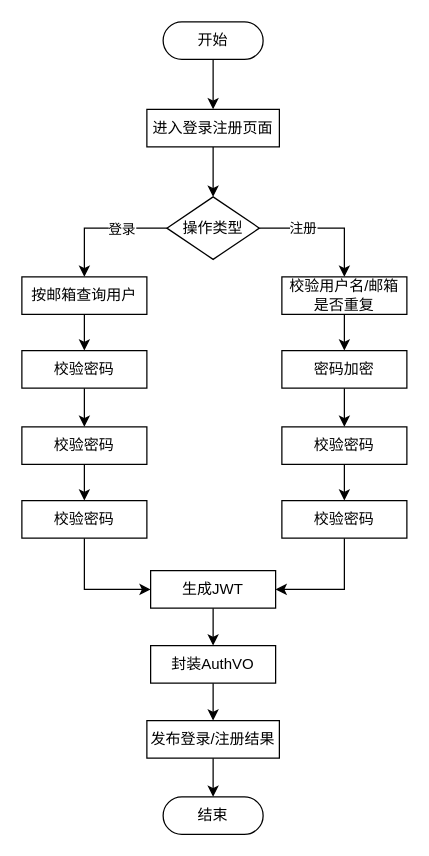
Earlier version of the draw.io diagram page "用户登录注册流程图" (7 of 10) of 题库E-R.drawio (ChenLiheng/question-project). Source tidied: cells renumbered, new cells numbered last; positions are measured from the earlier drawing's top-left corner, leaving out a move shared by most shapes. Both pictures are drawn from the tidied source at 125%, with x=0, y=0 at pixel (21, 21).
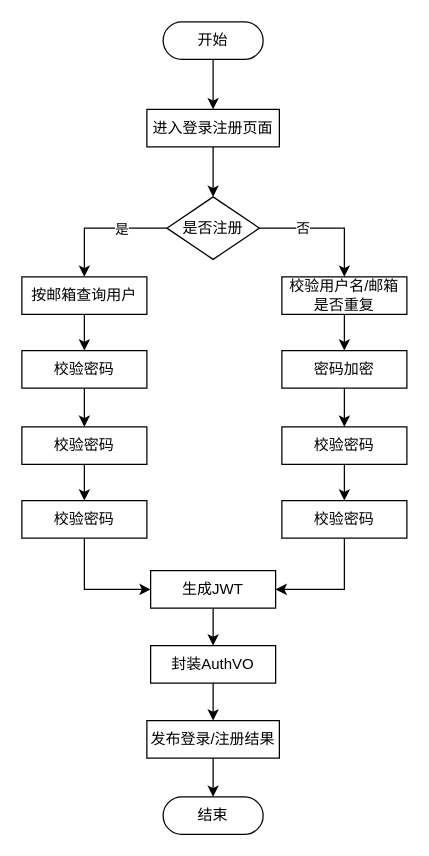
The same page after the edit.

Unchanged cells that the change refers to:
```xml
<mxCell id="7" style="edgeStyle=orthogonalEdgeStyle;rounded=0;jettySize=auto;html=1;exitX=0;exitY=0.5;exitDx=0;exitDy=0;entryX=0.5;entryY=0;entryDx=0;entryDy=0;" parent="1" edge="1" source="11" target="13">
  <mxGeometry relative="1" as="geometry" />
</mxCell>
<mxCell id="9" style="edgeStyle=orthogonalEdgeStyle;rounded=0;jettySize=auto;html=1;exitX=1;exitY=0.5;exitDx=0;exitDy=0;entryX=0.5;entryY=0;entryDx=0;entryDy=0;" parent="1" edge="1" source="11" target="15">
  <mxGeometry relative="1" as="geometry" />
</mxCell>
```

The edit, as a diff of the source:
```diff
@@
-    <mxCell id="8" value="登录" style="edgeLabel;html=1;align=center;verticalAlign=middle;" parent="7" vertex="1">
+    <mxCell id="8" value="是" style="edgeLabel;html=1;align=center;verticalAlign=middle;" parent="7" vertex="1">
       <mxGeometry x="-0.31" relative="1" as="geometry">
         <mxPoint x="-1" as="offset" />
       </mxGeometry>
     </mxCell>
@@
-    <mxCell id="10" value="注册" style="edgeLabel;html=1;align=center;verticalAlign=middle;" parent="9" vertex="1">
+    <mxCell id="10" value="否" style="edgeLabel;html=1;align=center;verticalAlign=middle;" parent="9" vertex="1">
       <mxGeometry x="-0.35" y="1" relative="1" as="geometry">
         <mxPoint x="-1" as="offset" />
       </mxGeometry>
     </mxCell>
-    <mxCell id="11" value="操作类型" style="shape=rhombus;html=1;dashed=0;whiteSpace=wrap;perimeter=rhombusPerimeter;" parent="1" vertex="1">
+    <mxCell id="11" value="是否注册" style="shape=rhombus;html=1;dashed=0;whiteSpace=wrap;perimeter=rhombusPerimeter;" parent="1" vertex="1">
       <mxGeometry x="116" y="140" width="74" height="50" as="geometry" />
     </mxCell>
```
